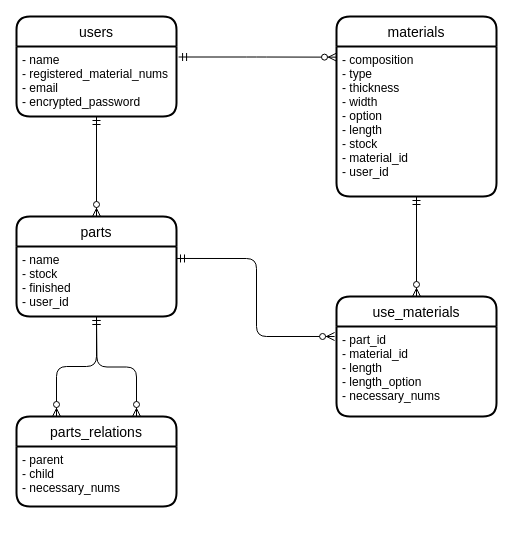
This is ERdiagram.drawio from orange-soba/material_control, a draw.io file, before an edit. Source tidied: cells renumbered, new cells numbered last; positions are measured from the earlier drawing's top-left corner, leaving out a move shared by most shapes. Both pictures are drawn from the tidied source at 100%, with x=0, y=0 at pixel (16, 16).
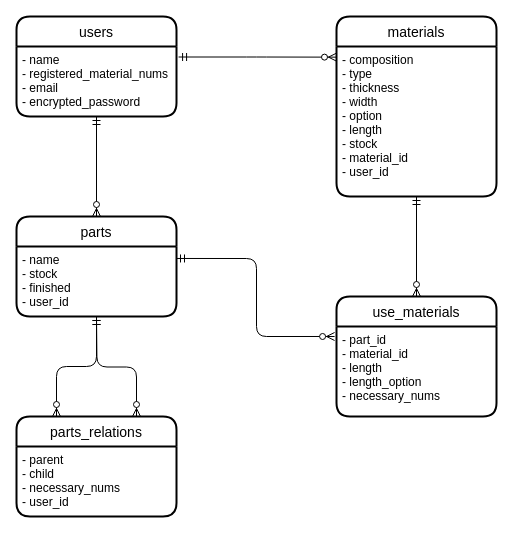
Above is the later version.

What changed in the source:
```diff
@@
     <mxCell id="8" value="parts_relations" style="swimlane;horizontal=1;startSize=30;rounded=1;fontSize=14;fontStyle=0;strokeWidth=2;shadow=0;dashed=0;align=center;" parent="1" vertex="1">
-      <mxGeometry y="400" width="160" height="90" as="geometry" />
+      <mxGeometry y="400" width="160" height="100" as="geometry" />
     </mxCell>
-    <mxCell id="9" value="- parent&#10;- child&#10;- necessary_nums&#10;" style="align=left;strokeColor=none;fillColor=none;spacingLeft=4;fontSize=12;verticalAlign=top;" parent="8" vertex="1">
-      <mxGeometry y="30" width="160" height="60" as="geometry" />
+    <mxCell id="9" value="- parent&#10;- child&#10;- necessary_nums&#10;- user_id" style="align=left;strokeColor=none;fillColor=none;spacingLeft=4;fontSize=12;verticalAlign=top;" parent="8" vertex="1">
+      <mxGeometry y="30" width="160" height="70" as="geometry" />
     </mxCell>
```
